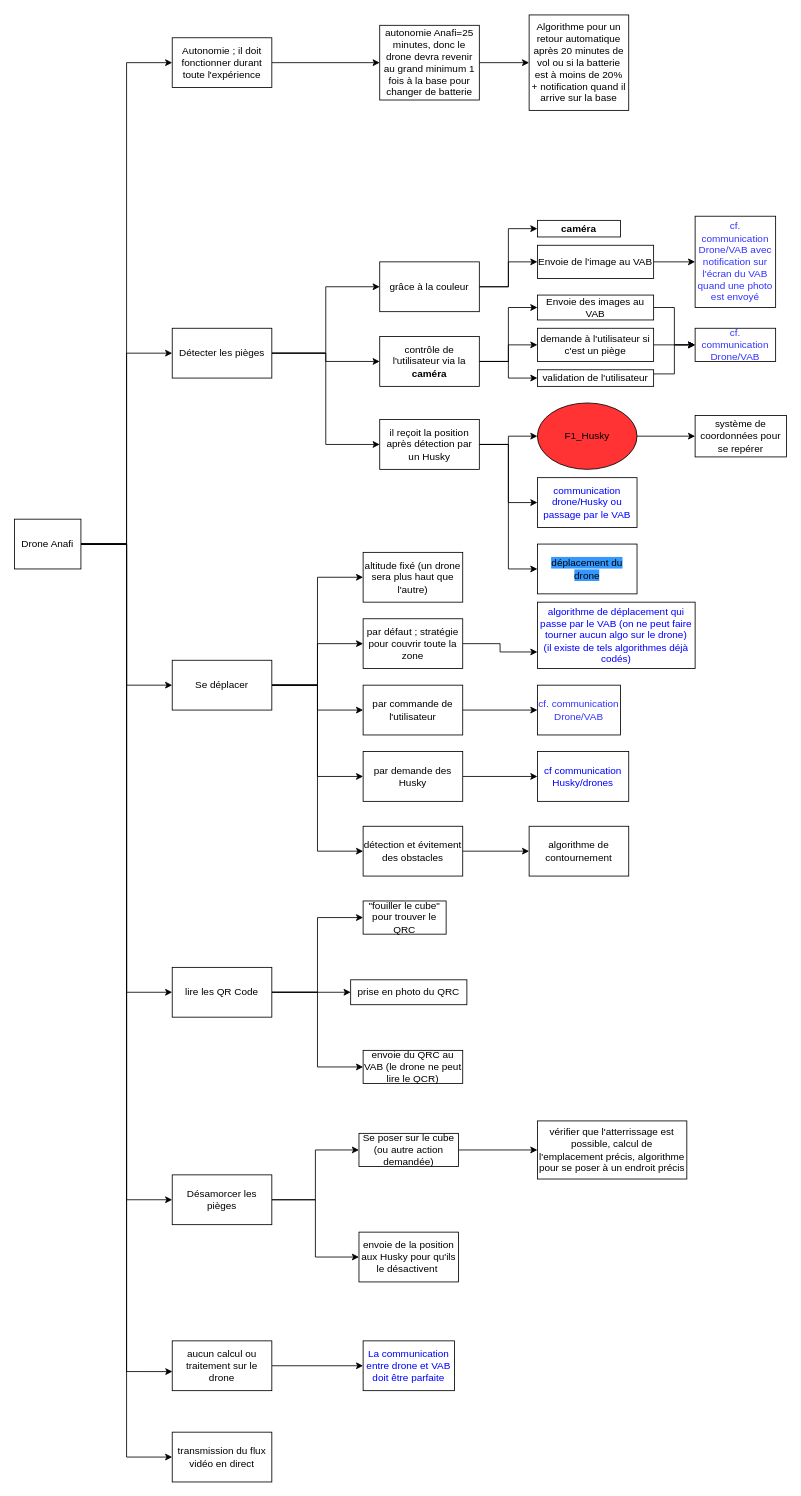
annieliu52/CoHoMa keeps this draw.io diagram as Diagrammes/F43.drawio. Above is the earlier version. Source tidied: cells renumbered, new cells numbered last; positions are measured from the earlier drawing's top-left corner, leaving out a move shared by most shapes. Both pictures are drawn from the tidied source at 83%, with x=0, y=0 at pixel (14, 14).
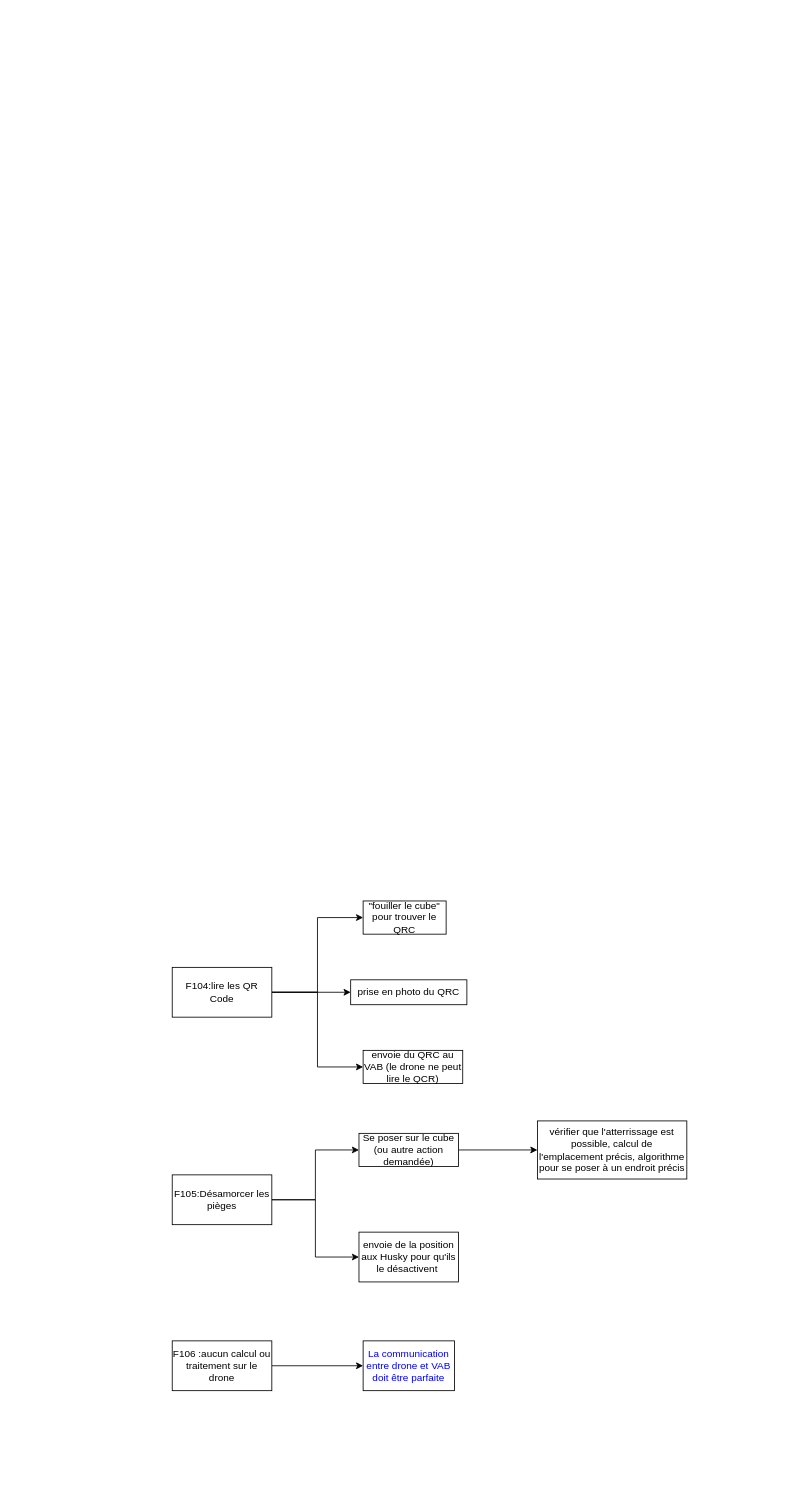
After the change.

Diff of the diagram source:
```diff
@@
-    <mxCell id="2" style="edgeStyle=orthogonalEdgeStyle;rounded=0;jettySize=auto;html=1;exitX=1;exitY=0.5;exitDx=0;exitDy=0;entryX=0;entryY=0.5;entryDx=0;entryDy=0;" parent="1" edge="1" source="5" target="27">
-      <mxGeometry relative="1" as="geometry" />
-    </mxCell>
-    <mxCell id="3" style="edgeStyle=orthogonalEdgeStyle;rounded=0;jettySize=auto;html=1;exitX=1;exitY=0.5;exitDx=0;exitDy=0;entryX=0;entryY=0.5;entryDx=0;entryDy=0;" parent="1" edge="1" source="5" target="31">
-      <mxGeometry relative="1" as="geometry" />
-    </mxCell>
-    <mxCell id="4" style="edgeStyle=orthogonalEdgeStyle;rounded=0;jettySize=auto;html=1;exitX=1;exitY=0.5;exitDx=0;exitDy=0;entryX=0;entryY=0.5;entryDx=0;entryDy=0;" parent="1" edge="1" source="5" target="35">
-      <mxGeometry relative="1" as="geometry" />
-    </mxCell>
-    <mxCell id="5" value="Détecter les pièges" style="rounded=0;whiteSpace=wrap;html=1;" parent="1" vertex="1">
-      <mxGeometry x="190" y="378" width="120" height="60" as="geometry" />
-    </mxCell>
-    <mxCell id="6" style="edgeStyle=orthogonalEdgeStyle;rounded=0;jettySize=auto;html=1;exitX=1;exitY=0.5;exitDx=0;exitDy=0;entryX=0;entryY=0.5;entryDx=0;entryDy=0;fontColor=#000000;" parent="1" edge="1" source="11" target="50">
-      <mxGeometry relative="1" as="geometry" />
-    </mxCell>
-    <mxCell id="7" style="edgeStyle=orthogonalEdgeStyle;rounded=0;jettySize=auto;html=1;exitX=1;exitY=0.5;exitDx=0;exitDy=0;entryX=0;entryY=0.5;entryDx=0;entryDy=0;fontColor=#000000;" parent="1" edge="1" source="11" target="52">
-      <mxGeometry relative="1" as="geometry" />
-    </mxCell>
-    <mxCell id="8" style="edgeStyle=orthogonalEdgeStyle;rounded=0;jettySize=auto;html=1;exitX=1;exitY=0.5;exitDx=0;exitDy=0;entryX=0;entryY=0.5;entryDx=0;entryDy=0;fontColor=#000000;" parent="1" edge="1" source="11" target="54">
-      <mxGeometry relative="1" as="geometry" />
-    </mxCell>
-    <mxCell id="9" style="edgeStyle=orthogonalEdgeStyle;rounded=0;jettySize=auto;html=1;exitX=1;exitY=0.5;exitDx=0;exitDy=0;entryX=0;entryY=0.5;entryDx=0;entryDy=0;" parent="1" edge="1" source="11" target="78">
-      <mxGeometry relative="1" as="geometry" />
-    </mxCell>
-    <mxCell id="10" style="edgeStyle=orthogonalEdgeStyle;rounded=0;jettySize=auto;html=1;exitX=1;exitY=0.5;exitDx=0;exitDy=0;entryX=0;entryY=0.5;entryDx=0;entryDy=0;" parent="1" edge="1" source="11" target="80">
-      <mxGeometry relative="1" as="geometry" />
-    </mxCell>
-    <mxCell id="11" value="Se déplacer" style="rounded=0;whiteSpace=wrap;html=1;" parent="1" vertex="1">
-      <mxGeometry x="190" y="778" width="120" height="60" as="geometry" />
-    </mxCell>
@@
-    <mxCell id="14" value="Désamorcer les pièges" style="rounded=0;whiteSpace=wrap;html=1;" parent="1" vertex="1">
+    <mxCell id="14" value="F105:Désamorcer les pièges" style="rounded=0;whiteSpace=wrap;html=1;" parent="1" vertex="1">
       <mxGeometry x="190" y="1398" width="120" height="60" as="geometry" />
     </mxCell>
@@
-    <mxCell id="16" value="aucun calcul ou traitement sur le drone" style="rounded=0;whiteSpace=wrap;html=1;" parent="1" vertex="1">
+    <mxCell id="16" value="F106 :aucun calcul ou traitement sur le drone" style="rounded=0;whiteSpace=wrap;html=1;" parent="1" vertex="1">
       <mxGeometry x="190" y="1598" width="120" height="60" as="geometry" />
     </mxCell>
-    <mxCell id="17" style="edgeStyle=orthogonalEdgeStyle;rounded=0;jettySize=auto;html=1;entryX=0;entryY=0.5;entryDx=0;entryDy=0;" parent="1" edge="1" source="24" target="5">
-      <mxGeometry relative="1" as="geometry" />
-    </mxCell>
-    <mxCell id="18" style="edgeStyle=orthogonalEdgeStyle;rounded=0;jettySize=auto;html=1;exitX=1;exitY=0.5;exitDx=0;exitDy=0;entryX=0;entryY=0.5;entryDx=0;entryDy=0;" parent="1" edge="1" source="24" target="11">
-      <mxGeometry relative="1" as="geometry" />
-    </mxCell>
-    <mxCell id="19" style="edgeStyle=orthogonalEdgeStyle;rounded=0;jettySize=auto;html=1;exitX=1;exitY=0.5;exitDx=0;exitDy=0;entryX=0;entryY=0.5;entryDx=0;entryDy=0;" parent="1" edge="1" source="24" target="14">
-      <mxGeometry relative="1" as="geometry" />
-    </mxCell>
-    <mxCell id="20" style="edgeStyle=orthogonalEdgeStyle;rounded=0;jettySize=auto;html=1;entryX=0.002;entryY=0.617;entryDx=0;entryDy=0;entryPerimeter=0;" parent="1" edge="1" source="24" target="16">
-      <mxGeometry relative="1" as="geometry" />
-    </mxCell>
-    <mxCell id="21" style="edgeStyle=orthogonalEdgeStyle;rounded=0;jettySize=auto;html=1;exitX=1;exitY=0.5;exitDx=0;exitDy=0;entryX=0;entryY=0.5;entryDx=0;entryDy=0;fontColor=#000000;" parent="1" edge="1" source="24" target="61">
-      <mxGeometry relative="1" as="geometry" />
-    </mxCell>
-    <mxCell id="22" style="edgeStyle=orthogonalEdgeStyle;rounded=0;jettySize=auto;html=1;exitX=1;exitY=0.5;exitDx=0;exitDy=0;entryX=0;entryY=0.5;entryDx=0;entryDy=0;" parent="1" edge="1" source="24" target="71">
-      <mxGeometry relative="1" as="geometry" />
-    </mxCell>
-    <mxCell id="23" style="edgeStyle=orthogonalEdgeStyle;rounded=0;jettySize=auto;html=1;exitX=1;exitY=0.5;exitDx=0;exitDy=0;entryX=0;entryY=0.5;entryDx=0;entryDy=0;" parent="1" edge="1" source="24" target="82">
-      <mxGeometry relative="1" as="geometry" />
-    </mxCell>
-    <mxCell id="24" value="Drone Anafi" style="rounded=0;whiteSpace=wrap;html=1;" parent="1" vertex="1">
-      <mxGeometry y="608" width="80" height="60" as="geometry" />
-    </mxCell>
-    <mxCell id="25" style="edgeStyle=orthogonalEdgeStyle;rounded=0;jettySize=auto;html=1;exitX=1;exitY=0.5;exitDx=0;exitDy=0;entryX=0;entryY=0.5;entryDx=0;entryDy=0;fontColor=#000000;" parent="1" edge="1" source="27" target="43">
-      <mxGeometry relative="1" as="geometry" />
-    </mxCell>
-    <mxCell id="26" style="edgeStyle=orthogonalEdgeStyle;rounded=0;jettySize=auto;html=1;exitX=1;exitY=0.5;exitDx=0;exitDy=0;entryX=0;entryY=0.5;entryDx=0;entryDy=0;fontColor=#000000;" parent="1" edge="1" source="27" target="45">
-      <mxGeometry relative="1" as="geometry" />
-    </mxCell>
-    <mxCell id="27" value="grâce à la couleur" style="rounded=0;whiteSpace=wrap;html=1;" parent="1" vertex="1">
-      <mxGeometry x="440" y="298" width="120" height="60" as="geometry" />
-    </mxCell>
-    <mxCell id="28" style="edgeStyle=orthogonalEdgeStyle;rounded=0;jettySize=auto;html=1;exitX=1;exitY=0.5;exitDx=0;exitDy=0;entryX=0;entryY=0.5;entryDx=0;entryDy=0;fontColor=#000000;" parent="1" edge="1" source="31" target="39">
-      <mxGeometry relative="1" as="geometry" />
-    </mxCell>
-    <mxCell id="29" style="edgeStyle=orthogonalEdgeStyle;rounded=0;jettySize=auto;html=1;exitX=1;exitY=0.5;exitDx=0;exitDy=0;entryX=0;entryY=0.5;entryDx=0;entryDy=0;fontColor=#000000;" parent="1" edge="1" source="31" target="41">
-      <mxGeometry relative="1" as="geometry" />
-    </mxCell>
-    <mxCell id="30" style="edgeStyle=orthogonalEdgeStyle;rounded=0;jettySize=auto;html=1;entryX=0;entryY=0.5;entryDx=0;entryDy=0;" parent="1" edge="1" source="31" target="76">
-      <mxGeometry relative="1" as="geometry" />
-    </mxCell>
-    <mxCell id="31" value="contrôle de l'utilisateur via la &lt;b&gt;caméra&lt;/b&gt;" style="rounded=0;whiteSpace=wrap;html=1;" parent="1" vertex="1">
-      <mxGeometry x="440" y="388" width="120" height="60" as="geometry" />
-    </mxCell>
-    <mxCell id="32" style="edgeStyle=orthogonalEdgeStyle;rounded=0;jettySize=auto;html=1;exitX=1;exitY=0.5;exitDx=0;exitDy=0;entryX=0;entryY=0.5;entryDx=0;entryDy=0;fontColor=#FF3333;" parent="1" edge="1" source="35" target="37">
-      <mxGeometry relative="1" as="geometry" />
-    </mxCell>
-    <mxCell id="33" style="edgeStyle=orthogonalEdgeStyle;rounded=0;jettySize=auto;html=1;exitX=1;exitY=0.5;exitDx=0;exitDy=0;entryX=0;entryY=0.5;entryDx=0;entryDy=0;fontColor=#0000FF;" parent="1" edge="1" source="35" target="46">
-      <mxGeometry relative="1" as="geometry" />
-    </mxCell>
-    <mxCell id="34" style="edgeStyle=orthogonalEdgeStyle;rounded=0;jettySize=auto;html=1;exitX=1;exitY=0.5;exitDx=0;exitDy=0;entryX=0;entryY=0.5;entryDx=0;entryDy=0;fontColor=#000000;" parent="1" edge="1" source="35" target="47">
-      <mxGeometry relative="1" as="geometry" />
-    </mxCell>
-    <mxCell id="35" value="il reçoit la position après détection par un Husky" style="rounded=0;whiteSpace=wrap;html=1;" parent="1" vertex="1">
-      <mxGeometry x="440" y="488" width="120" height="60" as="geometry" />
-    </mxCell>
-    <mxCell id="36" style="edgeStyle=orthogonalEdgeStyle;rounded=0;jettySize=auto;html=1;exitX=1;exitY=0.5;exitDx=0;exitDy=0;entryX=0;entryY=0.5;entryDx=0;entryDy=0;fontColor=#000000;" parent="1" edge="1" source="37" target="48">
-      <mxGeometry relative="1" as="geometry" />
-    </mxCell>
-    <mxCell id="37" value="F1_Husky" style="ellipse;whiteSpace=wrap;html=1;fillColor=#FF3333;" parent="1" vertex="1">
-      <mxGeometry x="630" y="468" width="120" height="80" as="geometry" />
-    </mxCell>
-    <mxCell id="38" style="edgeStyle=orthogonalEdgeStyle;rounded=0;jettySize=auto;html=1;exitX=1;exitY=0.5;exitDx=0;exitDy=0;entryX=0;entryY=0.5;entryDx=0;entryDy=0;fontColor=#3333FF;" parent="1" edge="1" source="39" target="42">
-      <mxGeometry relative="1" as="geometry" />
-    </mxCell>
-    <mxCell id="39" value="&lt;font color=&quot;#000000&quot;&gt;demande à l'utilisateur si c'est un piège&lt;/font&gt;" style="rounded=0;whiteSpace=wrap;html=1;fontColor=#FF3333;fillColor=#FFFFFF;" parent="1" vertex="1">
-      <mxGeometry x="630" y="378" width="140" height="40" as="geometry" />
-    </mxCell>
-    <mxCell id="40" style="edgeStyle=orthogonalEdgeStyle;rounded=0;jettySize=auto;html=1;exitX=1;exitY=0.25;exitDx=0;exitDy=0;entryX=0;entryY=0.5;entryDx=0;entryDy=0;" parent="1" edge="1" source="41" target="42">
-      <mxGeometry relative="1" as="geometry" />
-    </mxCell>
-    <mxCell id="41" value="validation de l'utilisateur" style="rounded=0;whiteSpace=wrap;html=1;labelBackgroundColor=none;fontColor=#000000;fillColor=#FFFFFF;" parent="1" vertex="1">
-      <mxGeometry x="630" y="428" width="140" height="20" as="geometry" />
-    </mxCell>
-    <mxCell id="42" value="&lt;font color=&quot;#3333ff&quot;&gt;cf. communication Drone/VAB&lt;/font&gt;" style="rounded=0;whiteSpace=wrap;html=1;labelBackgroundColor=none;fontColor=#000000;fillColor=#FFFFFF;" parent="1" vertex="1">
-      <mxGeometry x="820" y="378" width="97" height="40" as="geometry" />
-    </mxCell>
-    <mxCell id="43" value="&lt;font color=&quot;#000000&quot;&gt;&lt;b&gt;caméra&lt;/b&gt;&lt;/font&gt;" style="rounded=0;whiteSpace=wrap;html=1;labelBackgroundColor=none;fontColor=#3333FF;fillColor=#FFFFFF;" parent="1" vertex="1">
-      <mxGeometry x="630" y="248" width="100" height="20" as="geometry" />
-    </mxCell>
-    <mxCell id="44" style="edgeStyle=orthogonalEdgeStyle;rounded=0;jettySize=auto;html=1;exitX=1;exitY=0.5;exitDx=0;exitDy=0;entryX=0;entryY=0.5;entryDx=0;entryDy=0;" parent="1" edge="1" source="45" target="77">
-      <mxGeometry relative="1" as="geometry" />
-    </mxCell>
-    <mxCell id="45" value="Envoie de l'image au VAB" style="rounded=0;whiteSpace=wrap;html=1;labelBackgroundColor=none;fontColor=#000000;fillColor=#FFFFFF;" parent="1" vertex="1">
-      <mxGeometry x="630" y="278" width="140" height="40" as="geometry" />
-    </mxCell>
-    <mxCell id="46" value="&lt;font color=&quot;#0000ff&quot;&gt;communication drone/Husky ou passage par le VAB&lt;/font&gt;" style="rounded=0;whiteSpace=wrap;html=1;labelBackgroundColor=none;fontColor=#000000;fillColor=#FFFFFF;" parent="1" vertex="1">
-      <mxGeometry x="630" y="558" width="120" height="60" as="geometry" />
-    </mxCell>
-    <mxCell id="47" value="&lt;font color=&quot;#000000&quot; style=&quot;background-color: rgb(51 , 153 , 255)&quot;&gt;déplacement du drone&lt;/font&gt;" style="rounded=0;whiteSpace=wrap;html=1;labelBackgroundColor=none;fontColor=#0000FF;fillColor=#FFFFFF;" parent="1" vertex="1">
-      <mxGeometry x="630" y="638" width="120" height="60" as="geometry" />
-    </mxCell>
-    <mxCell id="48" value="système de coordonnées pour se repérer" style="rounded=0;whiteSpace=wrap;html=1;labelBackgroundColor=none;" parent="1" vertex="1">
-      <mxGeometry x="820" y="483" width="110" height="50" as="geometry" />
-    </mxCell>
-    <mxCell id="49" style="edgeStyle=orthogonalEdgeStyle;rounded=0;jettySize=auto;html=1;exitX=1;exitY=0.5;exitDx=0;exitDy=0;entryX=0;entryY=0.75;entryDx=0;entryDy=0;fontColor=#0000FF;" parent="1" edge="1" source="50" target="57">
-      <mxGeometry relative="1" as="geometry" />
-    </mxCell>
-    <mxCell id="50" value="par défaut ; stratégie pour couvrir toute la zone" style="rounded=0;whiteSpace=wrap;html=1;labelBackgroundColor=none;fontColor=#000000;strokeColor=#000000;fillColor=default;" parent="1" vertex="1">
-      <mxGeometry x="420" y="728" width="120" height="60" as="geometry" />
-    </mxCell>
-    <mxCell id="51" style="edgeStyle=orthogonalEdgeStyle;rounded=0;jettySize=auto;html=1;exitX=1;exitY=0.5;exitDx=0;exitDy=0;entryX=0;entryY=0.5;entryDx=0;entryDy=0;fontColor=#000000;" parent="1" edge="1" source="52" target="56">
-      <mxGeometry relative="1" as="geometry" />
-    </mxCell>
-    <mxCell id="52" value="par commande de l'utilisateur" style="rounded=0;whiteSpace=wrap;html=1;labelBackgroundColor=none;fontColor=#000000;strokeColor=#000000;fillColor=default;" parent="1" vertex="1">
-      <mxGeometry x="420" y="808" width="120" height="60" as="geometry" />
-    </mxCell>
-    <mxCell id="53" style="edgeStyle=orthogonalEdgeStyle;rounded=0;jettySize=auto;html=1;exitX=1;exitY=0.5;exitDx=0;exitDy=0;entryX=0;entryY=0.5;entryDx=0;entryDy=0;fontColor=#000000;" parent="1" edge="1" source="54" target="55">
-      <mxGeometry relative="1" as="geometry" />
-    </mxCell>
-    <mxCell id="54" value="par demande des Husky" style="rounded=0;whiteSpace=wrap;html=1;labelBackgroundColor=none;fontColor=#000000;strokeColor=#000000;fillColor=default;" parent="1" vertex="1">
-      <mxGeometry x="420" y="888" width="120" height="60" as="geometry" />
-    </mxCell>
-    <mxCell id="55" value="&lt;font color=&quot;#0000ff&quot;&gt;cf communication Husky/drones&lt;/font&gt;" style="rounded=0;whiteSpace=wrap;html=1;labelBackgroundColor=none;fontColor=#000000;strokeColor=#000000;fillColor=default;" parent="1" vertex="1">
-      <mxGeometry x="630" y="888" width="110" height="60" as="geometry" />
-    </mxCell>
-    <mxCell id="56" value="&lt;font color=&quot;#3333ff&quot;&gt;cf. communication Drone/VAB&lt;/font&gt;" style="rounded=0;whiteSpace=wrap;html=1;labelBackgroundColor=none;fontColor=#000000;fillColor=#FFFFFF;" parent="1" vertex="1">
-      <mxGeometry x="630" y="808" width="100" height="60" as="geometry" />
-    </mxCell>
-    <mxCell id="57" value="algorithme de déplacement qui passe par le VAB (on ne peut faire tourner aucun algo sur le drone)&lt;br&gt;(il existe de tels algorithmes déjà codés)" style="rounded=0;whiteSpace=wrap;html=1;labelBackgroundColor=none;fontColor=#0000FF;strokeColor=#000000;fillColor=default;" parent="1" vertex="1">
-      <mxGeometry x="630" y="708" width="190" height="80" as="geometry" />
-    </mxCell>
@@
-    <mxCell id="61" value="&lt;font color=&quot;#000000&quot;&gt;lire les QR Code&lt;/font&gt;" style="rounded=0;whiteSpace=wrap;html=1;labelBackgroundColor=none;fontColor=#0000FF;strokeColor=#000000;fillColor=default;" parent="1" vertex="1">
+    <mxCell id="61" value="&lt;font color=&quot;#000000&quot;&gt;F104:lire les QR Code&lt;/font&gt;" style="rounded=0;whiteSpace=wrap;html=1;labelBackgroundColor=none;fontColor=#0000FF;strokeColor=#000000;fillColor=default;" parent="1" vertex="1">
       <mxGeometry x="190" y="1148" width="120" height="60" as="geometry" />
     </mxCell>
@@
-    <mxCell id="70" style="edgeStyle=orthogonalEdgeStyle;rounded=0;jettySize=auto;html=1;exitX=1;exitY=0.5;exitDx=0;exitDy=0;" parent="1" edge="1" source="71" target="73">
-      <mxGeometry relative="1" as="geometry" />
-    </mxCell>
-    <mxCell id="71" value="Autonomie ; il doit fonctionner durant toute l'expérience" style="rounded=0;whiteSpace=wrap;html=1;" parent="1" vertex="1">
-      <mxGeometry x="190" y="28" width="120" height="60" as="geometry" />
-    </mxCell>
-    <mxCell id="72" style="edgeStyle=orthogonalEdgeStyle;rounded=0;jettySize=auto;html=1;" parent="1" edge="1" source="73" target="74">
-      <mxGeometry relative="1" as="geometry" />
-    </mxCell>
-    <mxCell id="73" value="autonomie Anafi=25 minutes, donc le drone devra revenir au grand minimum 1 fois à la base pour changer de batterie" style="rounded=0;whiteSpace=wrap;html=1;" parent="1" vertex="1">
-      <mxGeometry x="440" y="13" width="120" height="90" as="geometry" />
-    </mxCell>
-    <mxCell id="74" value="Algorithme pour un retour automatique après 20 minutes de vol ou si la batterie est à moins de 20%&lt;br&gt;+ notification quand il arrive sur la base" style="rounded=0;whiteSpace=wrap;html=1;" parent="1" vertex="1">
-      <mxGeometry x="620" y="0.5" width="120" height="115" as="geometry" />
-    </mxCell>
-    <mxCell id="75" style="edgeStyle=orthogonalEdgeStyle;rounded=0;jettySize=auto;html=1;exitX=1;exitY=0.5;exitDx=0;exitDy=0;entryX=0;entryY=0.5;entryDx=0;entryDy=0;" parent="1" edge="1" source="76" target="42">
-      <mxGeometry relative="1" as="geometry" />
-    </mxCell>
-    <mxCell id="76" value="Envoie des images au VAB" style="rounded=0;whiteSpace=wrap;html=1;" parent="1" vertex="1">
-      <mxGeometry x="630" y="338" width="140" height="30" as="geometry" />
-    </mxCell>
-    <mxCell id="77" value="&lt;font color=&quot;#3333ff&quot;&gt;cf. communication Drone/VAB avec notification sur l'écran du VAB quand une photo est envoyé&lt;/font&gt;" style="rounded=0;whiteSpace=wrap;html=1;labelBackgroundColor=none;fontColor=#000000;fillColor=#FFFFFF;" parent="1" vertex="1">
-      <mxGeometry x="820" y="243" width="97" height="110" as="geometry" />
-    </mxCell>
-    <mxCell id="78" value="altitude fixé (un drone sera plus haut que l'autre)" style="rounded=0;whiteSpace=wrap;html=1;" parent="1" vertex="1">
-      <mxGeometry x="420" y="648" width="120" height="60" as="geometry" />
-    </mxCell>
-    <mxCell id="79" style="edgeStyle=orthogonalEdgeStyle;rounded=0;jettySize=auto;html=1;" parent="1" edge="1" source="80" target="81">
-      <mxGeometry relative="1" as="geometry" />
-    </mxCell>
-    <mxCell id="80" value="détection et évitement des obstacles" style="rounded=0;whiteSpace=wrap;html=1;" parent="1" vertex="1">
-      <mxGeometry x="420" y="978" width="120" height="60" as="geometry" />
-    </mxCell>
-    <mxCell id="81" value="algorithme de contournement" style="rounded=0;whiteSpace=wrap;html=1;" parent="1" vertex="1">
-      <mxGeometry x="620" y="978" width="120" height="60" as="geometry" />
-    </mxCell>
-    <mxCell id="82" value="transmission du flux vidéo en direct" style="rounded=0;whiteSpace=wrap;html=1;" parent="1" vertex="1">
-      <mxGeometry x="190" y="1708" width="120" height="60" as="geometry" />
-    </mxCell>
```
